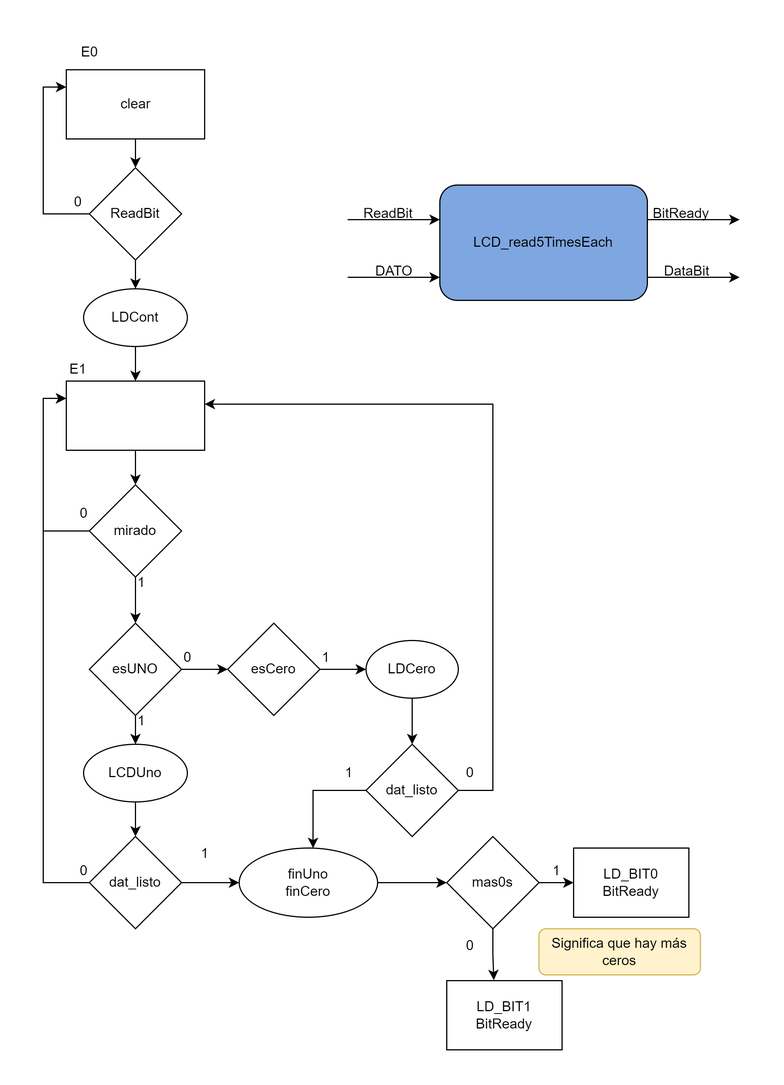
Earlier version of the draw.io export Proyecto/DISEÑO_LCD_READTIMES_EACH/LCD_read5TimesEach-UC.drawio.png (SikeMike/DCSD). Source tidied: cells renumbered, new cells last; positions are measured from the earlier drawing's top-left corner, leaving out a move shared by most shapes.
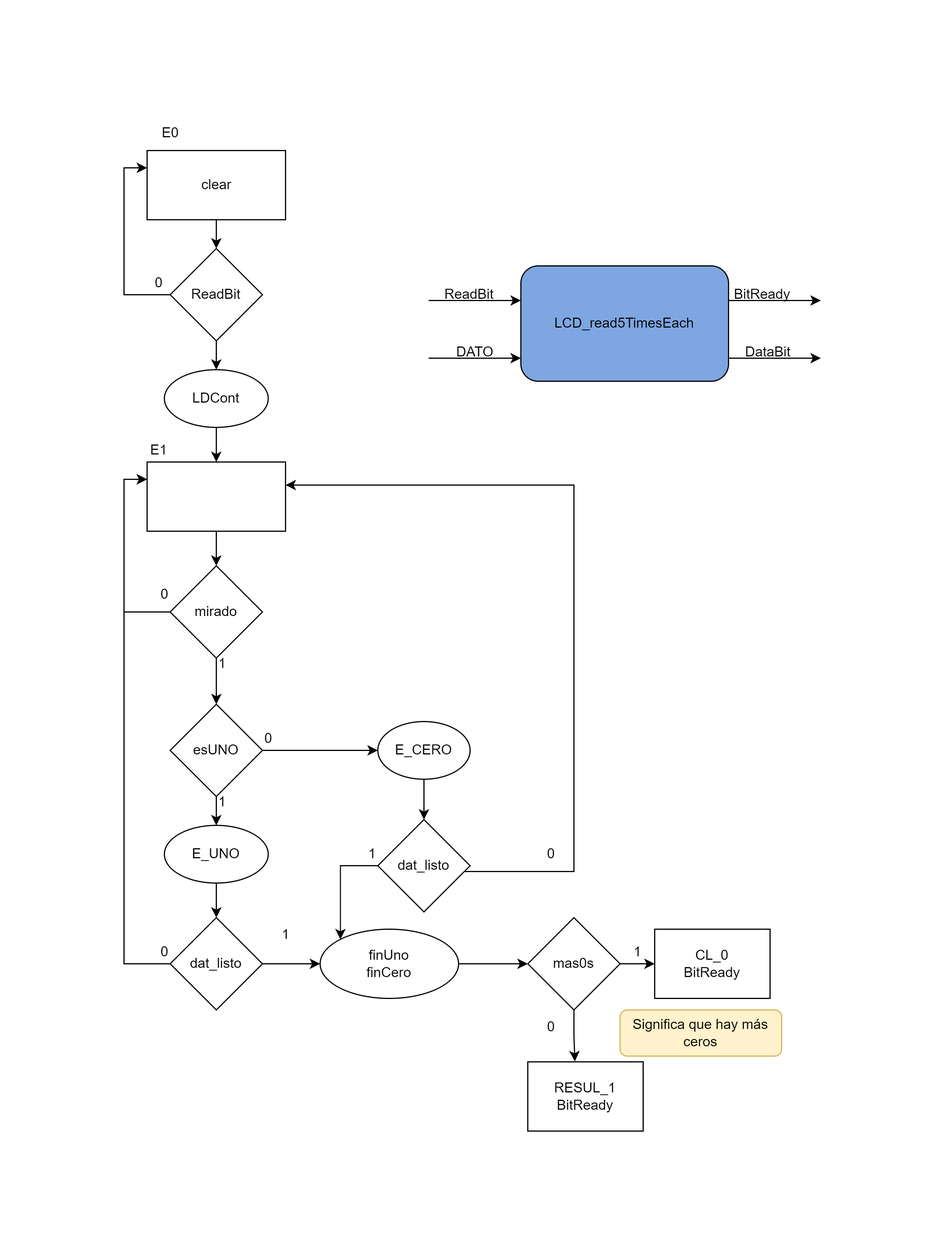
After the commit.

Change to the diagram source:
```diff
@@ -101,7 +101,7 @@
     <mxCell id="26" value="0" style="text;html=1;align=center;verticalAlign=middle;strokeColor=none;fillColor=none;" parent="1" vertex="1">
       <mxGeometry x="20" y="400" width="30" height="30" as="geometry" />
     </mxCell>
-    <mxCell id="27" style="edgeStyle=orthogonalEdgeStyle;rounded=0;jettySize=auto;html=1;entryX=0;entryY=0.5;entryDx=0;entryDy=0;" parent="1" edge="1" source="29" target="32">
+    <mxCell id="27" style="edgeStyle=orthogonalEdgeStyle;rounded=0;jettySize=auto;html=1;entryX=0;entryY=0.5;entryDx=0;entryDy=0;" parent="1" edge="1" source="29" target="35">
       <mxGeometry relative="1" as="geometry" />
     </mxCell>
     <mxCell id="28" style="edgeStyle=orthogonalEdgeStyle;rounded=0;jettySize=auto;html=1;" parent="1" edge="1" source="29" target="40">
@@ -113,51 +113,42 @@
     <mxCell id="30" value="1" style="text;html=1;align=center;verticalAlign=middle;strokeColor=none;fillColor=none;" parent="1" vertex="1">
       <mxGeometry x="70" y="460" width="30" height="30" as="geometry" />
     </mxCell>
-    <mxCell id="31" style="edgeStyle=orthogonalEdgeStyle;rounded=0;jettySize=auto;html=1;entryX=0;entryY=0.5;entryDx=0;entryDy=0;" parent="1" edge="1" source="32" target="35">
-      <mxGeometry relative="1" as="geometry" />
-    </mxCell>
-    <mxCell id="32" value="esCero" style="rhombus;whiteSpace=wrap;html=1;fillColor=#FFFFFF;" parent="1" vertex="1">
-      <mxGeometry x="160" y="510" width="80" height="80" as="geometry" />
-    </mxCell>
     <mxCell id="33" value="0" style="text;html=1;align=center;verticalAlign=middle;strokeColor=none;fillColor=none;" parent="1" vertex="1">
       <mxGeometry x="110" y="525" width="30" height="30" as="geometry" />
     </mxCell>
-    <mxCell id="34" style="edgeStyle=orthogonalEdgeStyle;rounded=0;jettySize=auto;html=1;" parent="1" edge="1" source="35" target="38">
+    <mxCell id="34" style="edgeStyle=orthogonalEdgeStyle;rounded=0;jettySize=auto;html=1;entryX=0.5;entryY=0;entryDx=0;entryDy=0;" parent="1" edge="1" source="35" target="38">
       <mxGeometry relative="1" as="geometry" />
     </mxCell>
-    <mxCell id="35" value="LDCero" style="ellipse;whiteSpace=wrap;html=1;fillColor=#FFFFFF;" parent="1" vertex="1">
-      <mxGeometry x="280" y="525" width="80" height="50" as="geometry" />
+    <mxCell id="35" value="E_CERO" style="ellipse;whiteSpace=wrap;html=1;fillColor=#FFFFFF;" parent="1" vertex="1">
+      <mxGeometry x="220" y="525" width="80" height="50" as="geometry" />
     </mxCell>
+    <mxCell id="37" style="edgeStyle=orthogonalEdgeStyle;rounded=0;jettySize=auto;html=1;" parent="1" edge="1" source="38" target="21">
+      <mxGeometry relative="1" as="geometry">
+        <Array as="points">
+          <mxPoint x="390" y="655" />
+          <mxPoint x="390" y="320" />
+        </Array>
+      </mxGeometry>
+    </mxCell>
-    <mxCell id="36" style="edgeStyle=orthogonalEdgeStyle;rounded=0;jettySize=auto;html=1;" parent="1" edge="1" source="38" target="48">
+    <mxCell id="36" style="edgeStyle=orthogonalEdgeStyle;rounded=0;jettySize=auto;html=1;entryX=0;entryY=0;entryDx=0;entryDy=0;" parent="1" edge="1" source="38" target="48">
       <mxGeometry relative="1" as="geometry">
         <Array as="points">
-          <mxPoint x="234" y="655" />
+          <mxPoint x="188" y="650" />
         </Array>
       </mxGeometry>
     </mxCell>
-    <mxCell id="37" style="edgeStyle=orthogonalEdgeStyle;rounded=0;jettySize=auto;html=1;" parent="1" edge="1" source="38" target="21">
-      <mxGeometry relative="1" as="geometry">
-        <Array as="points">
-          <mxPoint x="390" y="655" />
-          <mxPoint x="390" y="320" />
-        </Array>
-      </mxGeometry>
-    </mxCell>
     <mxCell id="38" value="dat_listo" style="rhombus;whiteSpace=wrap;html=1;fillColor=#FFFFFF;" parent="1" vertex="1">
-      <mxGeometry x="280" y="615" width="80" height="80" as="geometry" />
+      <mxGeometry x="220" y="610" width="80" height="80" as="geometry" />
     </mxCell>
     <mxCell id="39" style="edgeStyle=orthogonalEdgeStyle;rounded=0;jettySize=auto;html=1;" parent="1" edge="1" source="40" target="45">
       <mxGeometry relative="1" as="geometry" />
     </mxCell>
-    <mxCell id="40" value="LCDUno" style="ellipse;whiteSpace=wrap;html=1;fillColor=#FFFFFF;" parent="1" vertex="1">
+    <mxCell id="40" value="E_UNO" style="ellipse;whiteSpace=wrap;html=1;fillColor=#FFFFFF;" parent="1" vertex="1">
       <mxGeometry x="35" y="615" width="90" height="50" as="geometry" />
     </mxCell>
     <mxCell id="41" value="1" style="text;html=1;align=center;verticalAlign=middle;strokeColor=none;fillColor=none;" parent="1" vertex="1">
       <mxGeometry x="70" y="580" width="30" height="30" as="geometry" />
     </mxCell>
-    <mxCell id="42" value="1" style="text;html=1;align=center;verticalAlign=middle;strokeColor=none;fillColor=none;" parent="1" vertex="1">
-      <mxGeometry x="230" y="525" width="30" height="30" as="geometry" />
-    </mxCell>
     <mxCell id="43" style="edgeStyle=orthogonalEdgeStyle;rounded=0;jettySize=auto;html=1;" parent="1" edge="1" source="45" target="48">
       <mxGeometry relative="1" as="geometry" />
     </mxCell>
@@ -181,9 +172,6 @@
     <mxCell id="48" value="finUno&lt;br&gt;finCero" style="ellipse;whiteSpace=wrap;html=1;fillColor=#FFFFFF;" parent="1" vertex="1">
       <mxGeometry x="170" y="705" width="120" height="60" as="geometry" />
     </mxCell>
-    <mxCell id="49" value="1" style="text;html=1;align=center;verticalAlign=middle;strokeColor=none;fillColor=none;" parent="1" vertex="1">
-      <mxGeometry x="250" y="625" width="30" height="30" as="geometry" />
-    </mxCell>
     <mxCell id="50" value="1" style="text;html=1;align=center;verticalAlign=middle;strokeColor=none;fillColor=none;" parent="1" vertex="1">
       <mxGeometry x="125" y="695" width="30" height="30" as="geometry" />
     </mxCell>
@@ -202,13 +190,13 @@
     <mxCell id="55" value="1" style="text;html=1;align=center;verticalAlign=middle;strokeColor=none;fillColor=none;" parent="1" vertex="1">
       <mxGeometry x="430" y="710" width="30" height="30" as="geometry" />
     </mxCell>
-    <mxCell id="56" value="LD_BIT0&lt;br&gt;BitReady" style="whiteSpace=wrap;html=1;fillColor=#FFFFFF;" parent="1" vertex="1">
+    <mxCell id="56" value="CL_0&lt;br&gt;BitReady" style="whiteSpace=wrap;html=1;fillColor=#FFFFFF;" parent="1" vertex="1">
       <mxGeometry x="460" y="705" width="100" height="60" as="geometry" />
     </mxCell>
     <mxCell id="57" value="0" style="text;html=1;align=center;verticalAlign=middle;strokeColor=none;fillColor=none;" parent="1" vertex="1">
       <mxGeometry x="355" y="775" width="30" height="30" as="geometry" />
     </mxCell>
-    <mxCell id="58" value="LD_BIT1&lt;br&gt;BitReady" style="whiteSpace=wrap;html=1;fillColor=#FFFFFF;" parent="1" vertex="1">
+    <mxCell id="58" value="RESUL_1&lt;br&gt;BitReady" style="whiteSpace=wrap;html=1;fillColor=#FFFFFF;" parent="1" vertex="1">
       <mxGeometry x="350" y="820" width="100" height="60" as="geometry" />
     </mxCell>
     <mxCell id="59" value="Significa que hay más ceros" style="rounded=1;whiteSpace=wrap;html=1;fillColor=#fff2cc;strokeColor=#d6b656;" parent="1" vertex="1">
@@ -217,5 +205,8 @@
     <mxCell id="60" value="clear" style="text;html=1;align=center;verticalAlign=middle;strokeColor=none;fillColor=none;" parent="1" vertex="1">
       <mxGeometry x="55" y="45" width="50" height="30" as="geometry" />
     </mxCell>
+    <mxCell id="61" value="1" style="text;html=1;align=center;verticalAlign=middle;strokeColor=none;fillColor=none;" parent="1" vertex="1">
+      <mxGeometry x="200" y="625" width="30" height="30" as="geometry" />
+    </mxCell>
   </root>
 </mxGraphModel>
```
